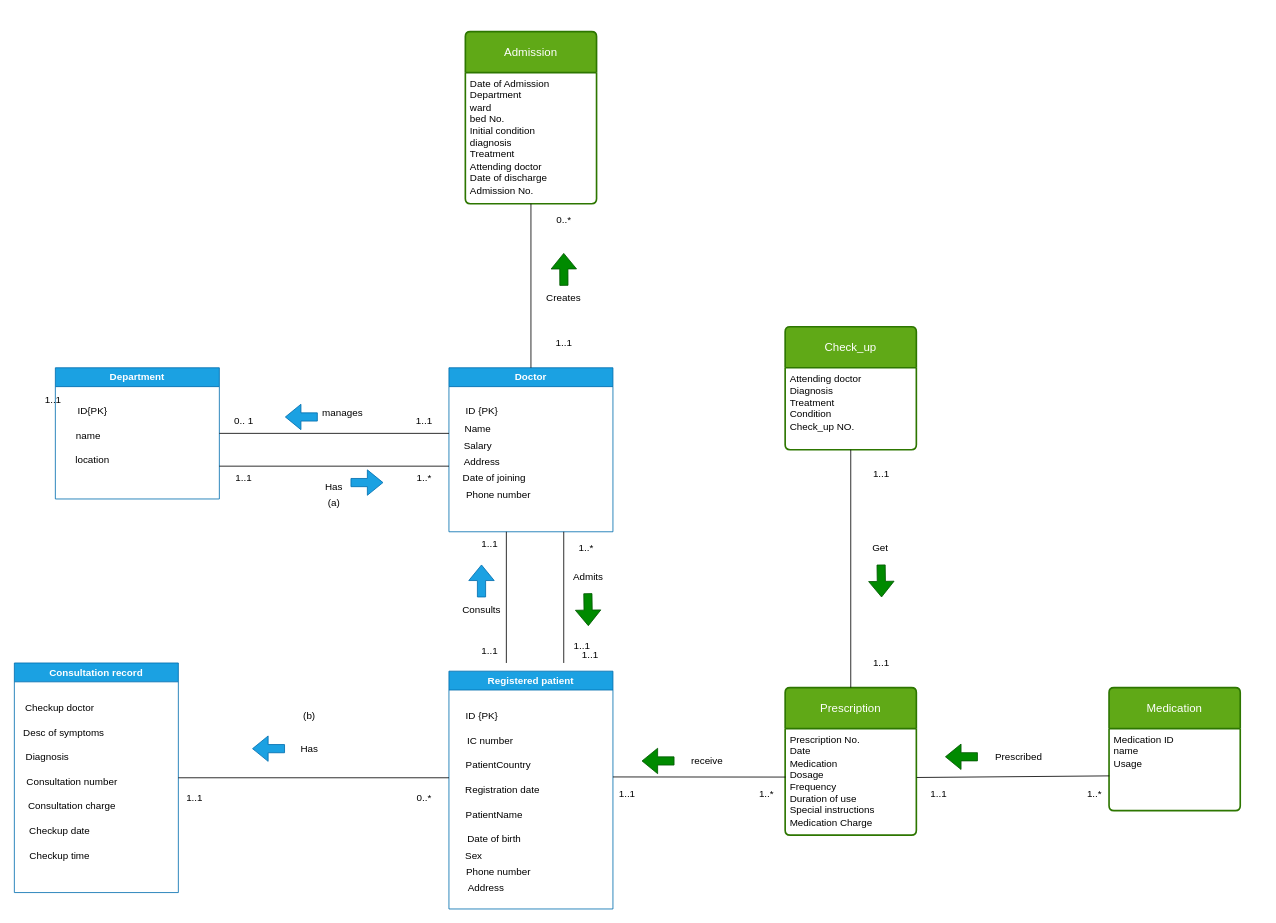
The draw.io diagram Studeent1+2DBMS.drawio in Antonioiewh/DB_MANAGEMENT, before the edit. Source tidied: cells renumbered, new cells numbered last; positions are measured from the earlier drawing's top-left corner, leaving out a move shared by most shapes. Both pictures are drawn from the tidied source at 82%, with x=0, y=0 at pixel (14, 31).
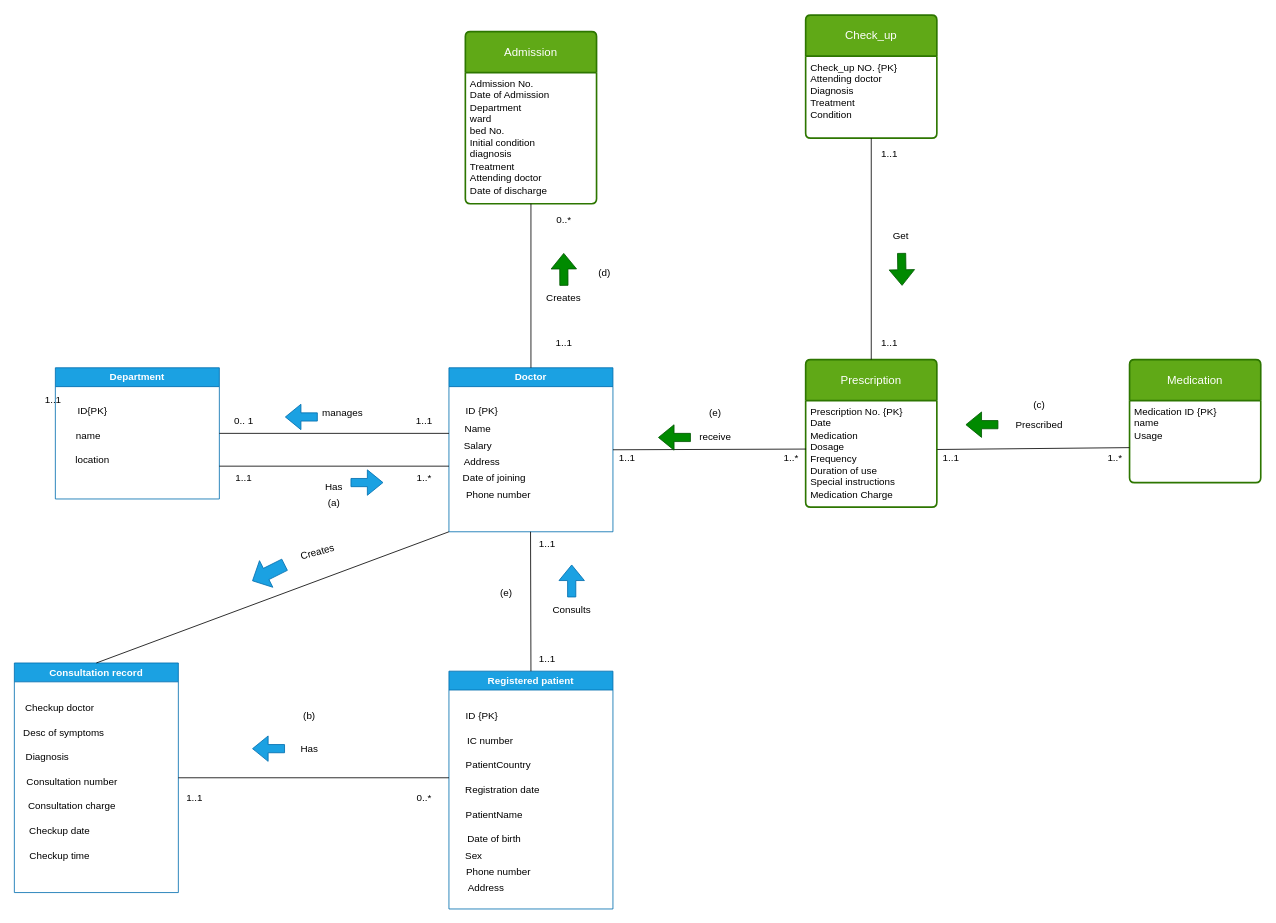
Above is the later version.

The change refers to these unchanged cells:
```xml
<mxCell id="6" value="Doctor" style="swimlane;whiteSpace=wrap;html=1;fillColor=#1ba1e2;fontColor=#ffffff;strokeColor=#006EAF;" parent="1" vertex="1">
  <mxGeometry x="530" y="410" width="200" height="200" as="geometry" />
</mxCell>
<mxCell id="13" value="Registered patient" style="swimlane;whiteSpace=wrap;html=1;fillColor=#1ba1e2;fontColor=#ffffff;strokeColor=#006EAF;" parent="1" vertex="1">
  <mxGeometry x="530" y="780" width="200" height="290" as="geometry" />
</mxCell>
<mxCell id="26" value="Consultation record" style="swimlane;whiteSpace=wrap;html=1;fillColor=#1ba1e2;fontColor=#ffffff;strokeColor=#006EAF;" parent="1" vertex="1">
  <mxGeometry y="770" width="200" height="280" as="geometry" />
</mxCell>
<mxCell id="59" value="Admission" style="swimlane;horizontal=1;startSize=50;rounded=1;fontSize=14;fontStyle=0;strokeWidth=2;shadow=0;dashed=0;align=center;arcSize=4;whiteSpace=wrap;html=1;fillColor=#60a917;fontColor=#ffffff;strokeColor=#2D7600;" parent="1" vertex="1">
  <mxGeometry x="550" width="160" height="210" as="geometry" />
</mxCell>
```

What changed in the source:
```diff
@@
-    <mxCell id="25" style="endArrow=none;html=1;rounded=0;entryX=0.5;entryY=1;entryDx=0;entryDy=0;exitX=0.5;exitY=0;exitDx=0;exitDy=0;" parent="1" edge="1">
+    <mxCell id="25" style="endArrow=none;html=1;rounded=0;entryX=0.5;entryY=1;entryDx=0;entryDy=0;exitX=0.5;exitY=0;exitDx=0;exitDy=0;" parent="1" edge="1" source="13">
       <mxGeometry relative="1" as="geometry">
-        <mxPoint x="600" y="770" as="sourcePoint" />
-        <mxPoint x="600" y="610" as="targetPoint" />
+        <mxPoint x="629.5" y="610" as="targetPoint" />
       </mxGeometry>
     </mxCell>
@@
     <mxCell id="43" style="shape=flexArrow;endArrow=block;html=1;rounded=0;fillColor=#1ba1e2;strokeColor=#006EAF;" parent="1" edge="1">
       <mxGeometry relative="1" as="geometry">
-        <mxPoint x="569.7" y="690" as="sourcePoint" />
-        <mxPoint x="569.7" y="650" as="targetPoint" />
+        <mxPoint x="679.7" y="690" as="sourcePoint" />
+        <mxPoint x="679.7" y="650" as="targetPoint" />
       </mxGeometry>
     </mxCell>
     <mxCell id="44" value="Consults" style="text;html=1;align=center;verticalAlign=middle;whiteSpace=wrap;rounded=0;direction=west;flipV=1;flipH=1;" parent="1" vertex="1">
-      <mxGeometry x="540" y="690" width="60" height="30" as="geometry" />
+      <mxGeometry x="650" y="690" width="60" height="30" as="geometry" />
     </mxCell>
     <mxCell id="45" value="1..1" style="text;html=1;align=center;verticalAlign=middle;whiteSpace=wrap;rounded=0;" parent="1" vertex="1">
-      <mxGeometry x="550" y="610" width="60" height="30" as="geometry" />
+      <mxGeometry x="620" y="610" width="60" height="30" as="geometry" />
     </mxCell>
     <mxCell id="46" value="1..1" style="text;html=1;align=center;verticalAlign=middle;whiteSpace=wrap;rounded=0;" parent="1" vertex="1">
-      <mxGeometry x="550" y="740" width="60" height="30" as="geometry" />
+      <mxGeometry x="620" y="750" width="60" height="30" as="geometry" />
     </mxCell>
@@
-    <mxCell id="54" style="endArrow=none;html=1;rounded=0;entryX=0.5;entryY=1;entryDx=0;entryDy=0;exitX=0.5;exitY=0;exitDx=0;exitDy=0;" parent="1" edge="1">
-      <mxGeometry relative="1" as="geometry">
-        <mxPoint x="670" y="770" as="sourcePoint" />
-        <mxPoint x="670" y="610" as="targetPoint" />
-      </mxGeometry>
-    </mxCell>
-    <mxCell id="55" value="1..1" style="text;html=1;align=center;verticalAlign=middle;whiteSpace=wrap;rounded=0;" parent="1" vertex="1">
-      <mxGeometry x="675" y="740" width="35" height="20" as="geometry" />
-    </mxCell>
-    <mxCell id="56" value="1..*" style="text;html=1;align=center;verticalAlign=middle;whiteSpace=wrap;rounded=0;" parent="1" vertex="1">
-      <mxGeometry x="680" y="620" width="35" height="20" as="geometry" />
-    </mxCell>
-    <mxCell id="57" value="Admits" style="text;html=1;align=center;verticalAlign=middle;whiteSpace=wrap;rounded=0;direction=west;flipV=1;flipH=1;" parent="1" vertex="1">
-      <mxGeometry x="670" y="650" width="60" height="30" as="geometry" />
-    </mxCell>
-    <mxCell id="58" style="shape=flexArrow;endArrow=block;html=1;rounded=0;fillColor=#008a00;strokeColor=#005700;" parent="1" edge="1">
-      <mxGeometry relative="1" as="geometry">
-        <mxPoint x="699.4" y="685" as="sourcePoint" />
-        <mxPoint x="700" y="725" as="targetPoint" />
-      </mxGeometry>
-    </mxCell>
@@
-    <mxCell id="60" value="Date of Admission&lt;br&gt;Department&lt;div&gt;ward&lt;/div&gt;&lt;div&gt;bed No.&lt;br&gt;Initial condition&lt;br&gt;diagnosis&lt;br&gt;Treatment&lt;br&gt;Attending doctor&lt;/div&gt;&lt;div&gt;Date of discharge&lt;/div&gt;&lt;div&gt;Admission No.&lt;/div&gt;" style="align=left;strokeColor=none;fillColor=none;spacingLeft=4;spacingRight=4;fontSize=12;verticalAlign=top;html=1;whiteSpace=wrap;" parent="59" vertex="1">
+    <mxCell id="60" value="&lt;div&gt;Admission No.&lt;/div&gt;Date of Admission&lt;br&gt;Department&lt;div&gt;ward&lt;/div&gt;&lt;div&gt;bed No.&lt;br&gt;Initial condition&lt;br&gt;diagnosis&lt;br&gt;Treatment&lt;br&gt;Attending doctor&lt;/div&gt;&lt;div&gt;Date of discharge&lt;/div&gt;&lt;div&gt;&lt;br&gt;&lt;/div&gt;" style="align=left;strokeColor=none;fillColor=none;spacingLeft=4;spacingRight=4;fontSize=12;verticalAlign=top;html=1;whiteSpace=wrap;" parent="59" vertex="1">
       <mxGeometry y="50" width="160" height="160" as="geometry" />
     </mxCell>
@@
     <mxCell id="62" value="Prescription" style="swimlane;horizontal=1;startSize=50;rounded=1;fontSize=14;fontStyle=0;strokeWidth=2;shadow=0;dashed=0;align=center;arcSize=4;whiteSpace=wrap;html=1;fillColor=#60a917;fontColor=#ffffff;strokeColor=#2D7600;" parent="1" vertex="1">
-      <mxGeometry x="940" y="800" width="160" height="180" as="geometry" />
+      <mxGeometry x="965" y="400" width="160" height="180" as="geometry" />
     </mxCell>
-    <mxCell id="63" value="&lt;div&gt;Prescription No.&lt;/div&gt;&lt;div&gt;Date&lt;br&gt;&lt;/div&gt;Medication&lt;div&gt;Dosage&lt;/div&gt;&lt;div&gt;Frequency&lt;/div&gt;&lt;div&gt;Duration of use&lt;br&gt;Special instructions&lt;/div&gt;&lt;div&gt;Medication Charge&lt;/div&gt;" style="align=left;strokeColor=none;fillColor=none;spacingLeft=4;spacingRight=4;fontSize=12;verticalAlign=top;html=1;whiteSpace=wrap;" parent="62" vertex="1">
+    <mxCell id="63" value="&lt;div&gt;Prescription No. {PK}&lt;/div&gt;&lt;div&gt;Date&lt;br&gt;&lt;/div&gt;Medication&lt;div&gt;Dosage&lt;/div&gt;&lt;div&gt;Frequency&lt;/div&gt;&lt;div&gt;Duration of use&lt;br&gt;Special instructions&lt;/div&gt;&lt;div&gt;Medication Charge&lt;/div&gt;" style="align=left;strokeColor=none;fillColor=none;spacingLeft=4;spacingRight=4;fontSize=12;verticalAlign=top;html=1;whiteSpace=wrap;" parent="62" vertex="1">
       <mxGeometry y="50" width="160" height="130" as="geometry" />
     </mxCell>
     <mxCell id="64" value="Medication" style="swimlane;horizontal=1;startSize=50;rounded=1;fontSize=14;fontStyle=0;strokeWidth=2;shadow=0;dashed=0;align=center;arcSize=4;whiteSpace=wrap;html=1;fillColor=#60a917;fontColor=#ffffff;strokeColor=#2D7600;" parent="1" vertex="1">
-      <mxGeometry x="1335" y="800" width="160" height="150" as="geometry" />
+      <mxGeometry x="1360" y="400" width="160" height="150" as="geometry" />
     </mxCell>
-    <mxCell id="65" value="Medication ID&lt;div&gt;name&lt;/div&gt;&lt;div&gt;Usage&lt;/div&gt;" style="align=left;strokeColor=none;fillColor=none;spacingLeft=4;spacingRight=4;fontSize=12;verticalAlign=top;html=1;whiteSpace=wrap;" parent="64" vertex="1">
+    <mxCell id="65" value="Medication ID {PK}&lt;div&gt;name&lt;/div&gt;&lt;div&gt;Usage&lt;/div&gt;" style="align=left;strokeColor=none;fillColor=none;spacingLeft=4;spacingRight=4;fontSize=12;verticalAlign=top;html=1;whiteSpace=wrap;" parent="64" vertex="1">
       <mxGeometry y="50" width="160" height="100" as="geometry" />
     </mxCell>
-    <mxCell id="66" style="endArrow=none;html=1;rounded=0;entryX=0.003;entryY=0.455;entryDx=0;entryDy=0;entryPerimeter=0;" parent="1" edge="1" target="63">
-      <mxGeometry relative="1" as="geometry">
-        <mxPoint x="730" y="909" as="sourcePoint" />
-      </mxGeometry>
+    <mxCell id="66" style="endArrow=none;html=1;rounded=0;entryX=0.003;entryY=0.455;entryDx=0;entryDy=0;entryPerimeter=0;exitX=1;exitY=0.5;exitDx=0;exitDy=0;" parent="1" edge="1" source="6" target="63">
+      <mxGeometry relative="1" as="geometry" />
     </mxCell>
-    <mxCell id="67" style="endArrow=none;html=1;rounded=0;entryX=0.002;entryY=0.577;entryDx=0;entryDy=0;entryPerimeter=0;exitX=1.003;exitY=0.459;exitDx=0;exitDy=0;exitPerimeter=0;" parent="1" edge="1" source="63" target="65">
+    <mxCell id="67" style="endArrow=none;html=1;rounded=0;entryX=-0.001;entryY=0.574;entryDx=0;entryDy=0;entryPerimeter=0;exitX=1.003;exitY=0.459;exitDx=0;exitDy=0;exitPerimeter=0;" parent="1" edge="1" source="63" target="65">
       <mxGeometry relative="1" as="geometry" />
     </mxCell>
     <mxCell id="68" value="Check_up" style="swimlane;horizontal=1;startSize=50;rounded=1;fontSize=14;fontStyle=0;strokeWidth=2;shadow=0;dashed=0;align=center;arcSize=4;whiteSpace=wrap;html=1;fillColor=#60a917;fontColor=#ffffff;strokeColor=#2D7600;" parent="1" vertex="1">
-      <mxGeometry x="940" y="360" width="160" height="150" as="geometry" />
+      <mxGeometry x="965" y="-20" width="160" height="150" as="geometry" />
     </mxCell>
-    <mxCell id="69" value="Attending doctor&amp;nbsp;&lt;div&gt;Diagnosis&lt;br&gt;Treatment&lt;br&gt;Condition&lt;br&gt;Check_up NO.&lt;br&gt;&lt;br&gt;&lt;/div&gt;" style="align=left;strokeColor=none;fillColor=none;spacingLeft=4;spacingRight=4;fontSize=12;verticalAlign=top;html=1;whiteSpace=wrap;" parent="68" vertex="1">
+    <mxCell id="69" value="&lt;div&gt;Check_up NO. {PK}&lt;br&gt;&lt;/div&gt;Attending doctor&amp;nbsp;&lt;div&gt;Diagnosis&lt;br&gt;Treatment&lt;br&gt;Condition&lt;br&gt;&lt;br&gt;&lt;/div&gt;" style="align=left;strokeColor=none;fillColor=none;spacingLeft=4;spacingRight=4;fontSize=12;verticalAlign=top;html=1;whiteSpace=wrap;" parent="68" vertex="1">
       <mxGeometry y="50" width="160" height="100" as="geometry" />
     </mxCell>
@@
     <mxCell id="71" value="1..1" style="text;html=1;align=center;verticalAlign=middle;whiteSpace=wrap;rounded=0;" parent="1" vertex="1">
-      <mxGeometry x="1040" y="760" width="35" height="20" as="geometry" />
+      <mxGeometry x="1050" y="370" width="35" height="20" as="geometry" />
     </mxCell>
     <mxCell id="72" value="1..1" style="text;html=1;align=center;verticalAlign=middle;whiteSpace=wrap;rounded=0;" parent="1" vertex="1">
-      <mxGeometry x="1040" y="530" width="35" height="20" as="geometry" />
+      <mxGeometry x="1050" y="140" width="35" height="20" as="geometry" />
     </mxCell>
     <mxCell id="73" style="shape=flexArrow;endArrow=block;html=1;rounded=0;fillColor=#008a00;strokeColor=#005700;" parent="1" edge="1">
       <mxGeometry relative="1" as="geometry">
-        <mxPoint x="1057" y="650" as="sourcePoint" />
-        <mxPoint x="1057.6" y="690" as="targetPoint" />
+        <mxPoint x="1082" y="270" as="sourcePoint" />
+        <mxPoint x="1082.6" y="310" as="targetPoint" />
       </mxGeometry>
     </mxCell>
     <mxCell id="74" value="Get&amp;nbsp;" style="text;html=1;align=center;verticalAlign=middle;whiteSpace=wrap;rounded=0;" parent="1" vertex="1">
-      <mxGeometry x="1032.5" y="615" width="50" height="30" as="geometry" />
+      <mxGeometry x="1057.5" y="235" width="50" height="30" as="geometry" />
     </mxCell>
     <mxCell id="75" value="1..1" style="text;html=1;align=center;verticalAlign=middle;whiteSpace=wrap;rounded=0;" parent="1" vertex="1">
-      <mxGeometry x="730" y="920" width="35" height="20" as="geometry" />
+      <mxGeometry x="730" y="510" width="35" height="20" as="geometry" />
     </mxCell>
     <mxCell id="76" value="1..*" style="text;html=1;align=center;verticalAlign=middle;whiteSpace=wrap;rounded=0;" parent="1" vertex="1">
-      <mxGeometry x="900" y="920" width="35" height="20" as="geometry" />
+      <mxGeometry x="930" y="510" width="35" height="20" as="geometry" />
     </mxCell>
     <mxCell id="77" value="receive" style="text;html=1;align=center;verticalAlign=middle;whiteSpace=wrap;rounded=0;" parent="1" vertex="1">
-      <mxGeometry x="820" y="875" width="50" height="30" as="geometry" />
+      <mxGeometry x="830" y="480" width="50" height="30" as="geometry" />
     </mxCell>
     <mxCell id="78" style="shape=flexArrow;endArrow=block;html=1;rounded=0;fillColor=#008a00;strokeColor=#005700;" parent="1" edge="1">
       <mxGeometry relative="1" as="geometry">
-        <mxPoint x="805" y="889.5" as="sourcePoint" />
-        <mxPoint x="765" y="889.5" as="targetPoint" />
+        <mxPoint x="825" y="495" as="sourcePoint" />
+        <mxPoint x="785" y="495" as="targetPoint" />
       </mxGeometry>
     </mxCell>
     <mxCell id="79" value="Prescribed" style="text;html=1;align=center;verticalAlign=middle;whiteSpace=wrap;rounded=0;" parent="1" vertex="1">
-      <mxGeometry x="1200" y="870" width="50" height="30" as="geometry" />
+      <mxGeometry x="1225" y="465" width="50" height="30" as="geometry" />
     </mxCell>
     <mxCell id="80" style="shape=flexArrow;endArrow=block;html=1;rounded=0;fillColor=#008a00;strokeColor=#005700;" parent="1" edge="1">
       <mxGeometry relative="1" as="geometry">
-        <mxPoint x="1175" y="884.4" as="sourcePoint" />
-        <mxPoint x="1135" y="884.4" as="targetPoint" />
+        <mxPoint x="1200" y="479.4" as="sourcePoint" />
+        <mxPoint x="1160" y="479.4" as="targetPoint" />
       </mxGeometry>
     </mxCell>
     <mxCell id="81" value="1..1" style="text;html=1;align=center;verticalAlign=middle;whiteSpace=wrap;rounded=0;" parent="1" vertex="1">
-      <mxGeometry x="1110" y="920" width="35" height="20" as="geometry" />
+      <mxGeometry x="1125" y="510" width="35" height="20" as="geometry" />
     </mxCell>
     <mxCell id="82" value="1..*" style="text;html=1;align=center;verticalAlign=middle;whiteSpace=wrap;rounded=0;" parent="1" vertex="1">
-      <mxGeometry x="1300" y="920" width="35" height="20" as="geometry" />
+      <mxGeometry x="1325" y="510" width="35" height="20" as="geometry" />
     </mxCell>
@@
-    <mxCell id="85" value="1..1" style="text;html=1;align=center;verticalAlign=middle;whiteSpace=wrap;rounded=0;" parent="1" vertex="1">
-      <mxGeometry x="685" y="750" width="35" height="20" as="geometry" />
-    </mxCell>
@@
+    <mxCell id="88" value="&lt;font style=&quot;color: light-dark(rgb(0, 0, 0), rgb(255, 0, 0));&quot;&gt;(c)&lt;/font&gt;" style="text;html=1;align=center;verticalAlign=middle;whiteSpace=wrap;rounded=0;" parent="1" vertex="1">
+      <mxGeometry x="1220" y="440" width="60" height="30" as="geometry" />
+    </mxCell>
+    <mxCell id="89" value="&lt;font style=&quot;color: light-dark(rgb(0, 0, 0), rgb(255, 0, 0));&quot;&gt;(d)&lt;/font&gt;" style="text;html=1;align=center;verticalAlign=middle;whiteSpace=wrap;rounded=0;" parent="1" vertex="1">
+      <mxGeometry x="690" y="280" width="60" height="30" as="geometry" />
+    </mxCell>
+    <mxCell id="90" value="&lt;font style=&quot;color: light-dark(rgb(0, 0, 0), rgb(255, 0, 0));&quot;&gt;(e)&lt;/font&gt;" style="text;html=1;align=center;verticalAlign=middle;whiteSpace=wrap;rounded=0;" parent="1" vertex="1">
+      <mxGeometry x="825" y="450" width="60" height="30" as="geometry" />
+    </mxCell>
+    <mxCell id="91" value="&lt;font style=&quot;color: light-dark(rgb(0, 0, 0), rgb(255, 0, 0));&quot;&gt;(e)&lt;/font&gt;" style="text;html=1;align=center;verticalAlign=middle;whiteSpace=wrap;rounded=0;" parent="1" vertex="1">
+      <mxGeometry x="570" y="670" width="60" height="30" as="geometry" />
+    </mxCell>
+    <mxCell id="92" style="endArrow=none;html=1;rounded=0;entryX=0.5;entryY=0;entryDx=0;entryDy=0;exitX=0;exitY=1;exitDx=0;exitDy=0;" parent="1" edge="1" source="6" target="26">
+      <mxGeometry relative="1" as="geometry" />
+    </mxCell>
+    <mxCell id="93" value="Creates" style="text;html=1;align=center;verticalAlign=middle;whiteSpace=wrap;rounded=0;direction=west;flipV=1;flipH=1;rotation=-15;" parent="1" vertex="1">
+      <mxGeometry x="340" y="620" width="60" height="30" as="geometry" />
+    </mxCell>
+    <mxCell id="94" style="shape=flexArrow;endArrow=block;html=1;rounded=0;fillColor=#1ba1e2;strokeColor=#006EAF;width=15.294117647058824;endSize=5.870588235294118;" parent="1" edge="1">
+      <mxGeometry relative="1" as="geometry">
+        <mxPoint x="330" y="650" as="sourcePoint" />
+        <mxPoint x="290" y="670" as="targetPoint" />
+      </mxGeometry>
+    </mxCell>
```
